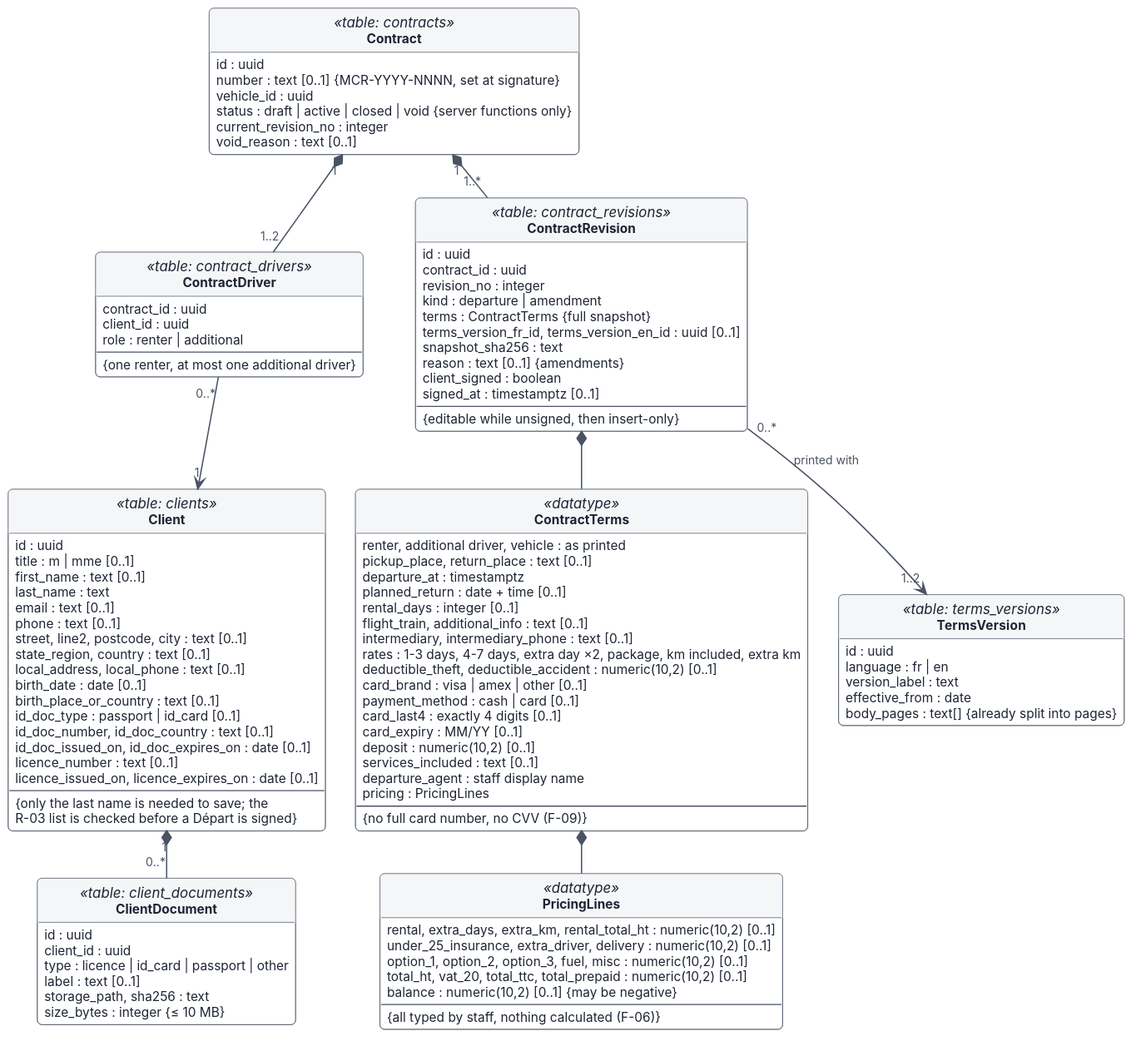
Above: docs/architecture/svg/07-data-contracts.svg in ColJurten/mccarriviera-staff-app (PlantUML), before the change.
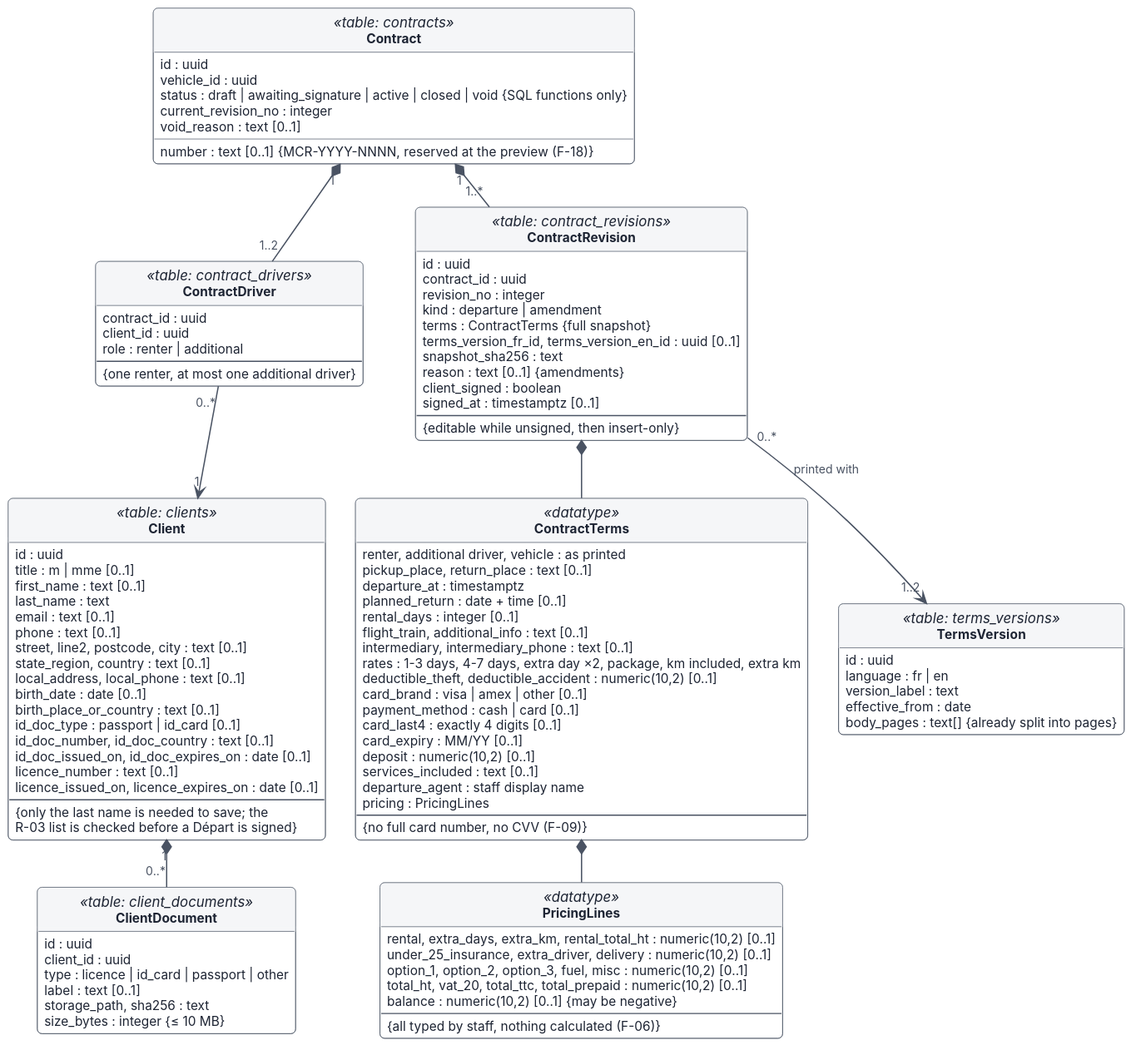
The same diagram one commit later.

What changed in the source:
```diff
@@ -38,9 +38,9 @@
 
 class Contract <<table: contracts>> {
   id : uuid
-  number : text [0..1] {MCR-YYYY-NNNN, set at signature}
+  number : text [0..1] {MCR-YYYY-NNNN, reserved at the preview (F-18)}
   vehicle_id : uuid
-  status : draft | active | closed | void {server functions only}
+  status : draft | awaiting_signature | active | closed | void {SQL functions only}
   current_revision_no : integer
   void_reason : text [0..1]
 }
```
